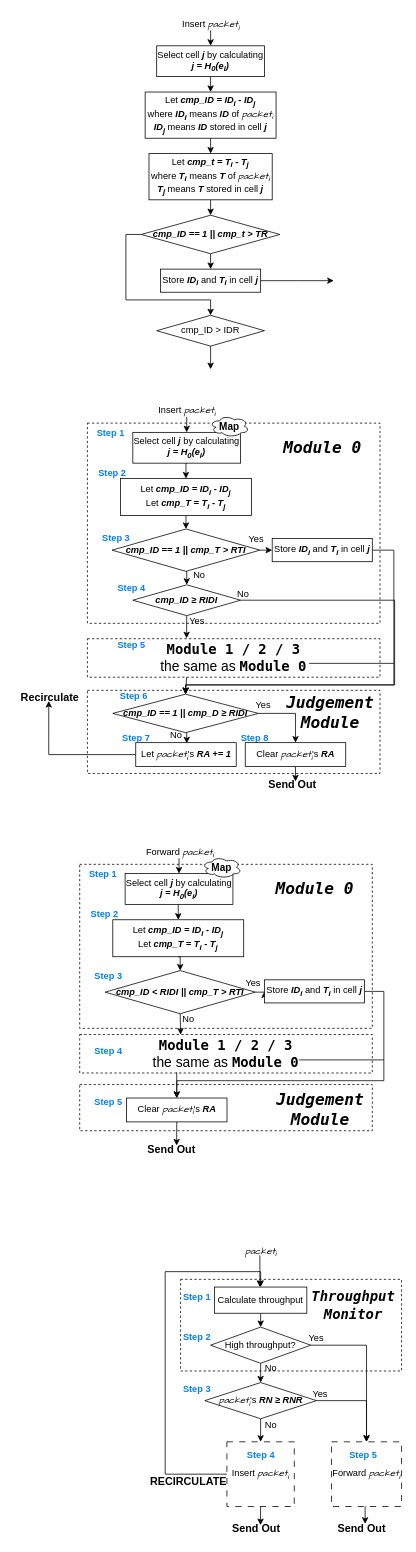
Above: undergraduate paper/未命名绘图.drawio in wh2001/drawing (draw.io), before the change. Source tidied: cells renumbered, new cells numbered last; positions are measured from the earlier drawing's top-left corner, leaving out a move shared by most shapes. Both pictures are drawn from the tidied source at 77%, with x=0, y=0 at pixel (13, 13).
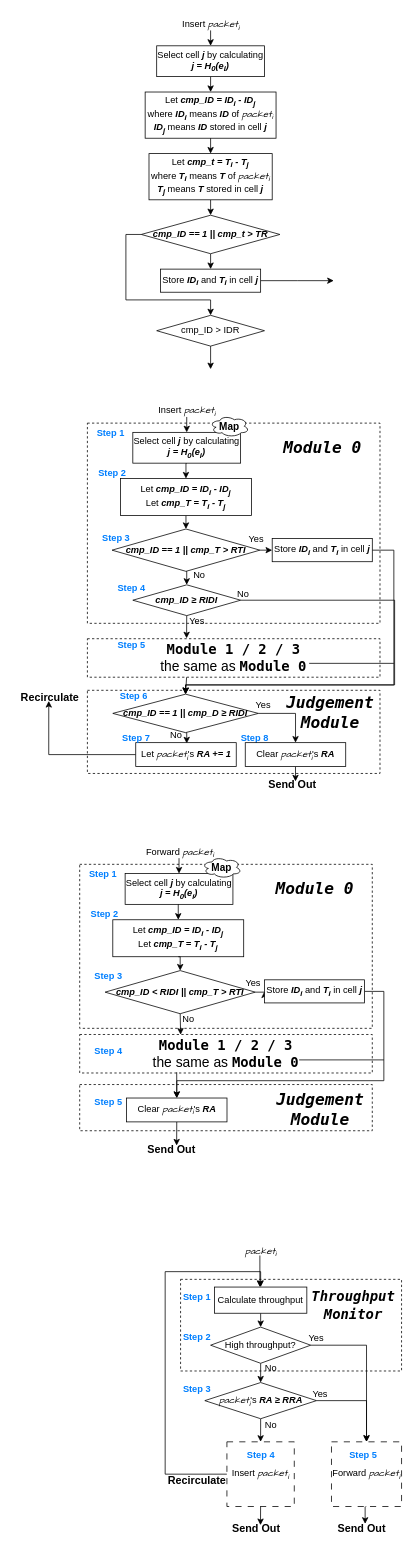
Above is the later version.

Commit message:
更新未命名绘图.drawio

The edit, as a diff of the source:
```diff
@@
-    <mxCell id="99" value="&lt;font style=&quot;border-color: var(--border-color);&quot; face=&quot;Comic Sans MS&quot;&gt;&lt;i style=&quot;border-color: var(--border-color);&quot;&gt;packet&lt;/i&gt;&lt;/font&gt;&lt;sub style=&quot;border-color: var(--border-color); font-style: italic; font-family: &amp;quot;Comic Sans MS&amp;quot;;&quot;&gt;i&lt;/sub&gt;'s&lt;i style=&quot;border-color: var(--border-color);&quot;&gt;&lt;b style=&quot;border-color: var(--border-color);&quot;&gt;&amp;nbsp;RN ≥ RNR&lt;/b&gt;&lt;/i&gt;" style="rhombus;whiteSpace=wrap;html=1;" parent="1" vertex="1">
+    <mxCell id="99" value="&lt;font style=&quot;border-color: var(--border-color);&quot; face=&quot;Comic Sans MS&quot;&gt;&lt;i style=&quot;border-color: var(--border-color);&quot;&gt;packet&lt;/i&gt;&lt;/font&gt;&lt;sub style=&quot;border-color: var(--border-color); font-style: italic; font-family: &amp;quot;Comic Sans MS&amp;quot;;&quot;&gt;i&lt;/sub&gt;'s&lt;i style=&quot;border-color: var(--border-color);&quot;&gt;&lt;b style=&quot;border-color: var(--border-color);&quot;&gt;&amp;nbsp;RA ≥ RRA&lt;/b&gt;&lt;/i&gt;" style="rhombus;whiteSpace=wrap;html=1;" parent="1" vertex="1">
       <mxGeometry x="248.5" y="1778" width="145" height="47" as="geometry" />
     </mxCell>
@@
-    <mxCell id="110" value="&lt;font style=&quot;font-size: 14px;&quot;&gt;&lt;b&gt;RECIRCULATE&lt;/b&gt;&lt;/font&gt;" style="text;html=1;align=center;verticalAlign=middle;strokeColor=none;fillColor=none;" parent="1" vertex="1">
-      <mxGeometry x="167" y="1892" width="120" height="30" as="geometry" />
+    <mxCell id="110" value="&lt;font style=&quot;font-size: 14px;&quot;&gt;&lt;b&gt;Recirculate&lt;/b&gt;&lt;/font&gt;" style="text;html=1;align=center;verticalAlign=middle;strokeColor=none;fillColor=none;" parent="1" vertex="1">
+      <mxGeometry x="191" y="1890" width="93" height="29" as="geometry" />
     </mxCell>
```
